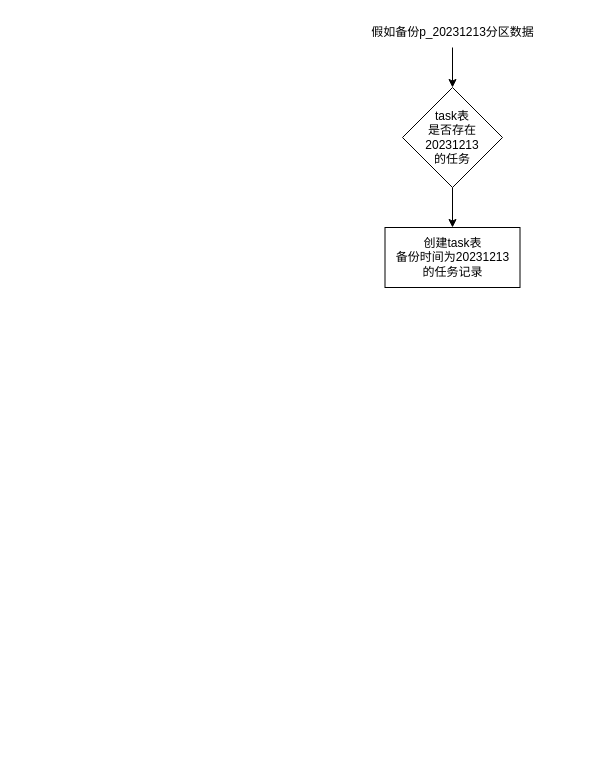
milanyangbo/embedded-tidb keeps this draw.io diagram as src/main/resources/work.drawio. Above is the earlier version. Source tidied: cells renumbered, new cells numbered last; positions are measured from the earlier drawing's top-left corner, leaving out a move shared by most shapes. Both pictures are drawn from the tidied source at 100%, with x=0, y=0 at pixel (357, 17).
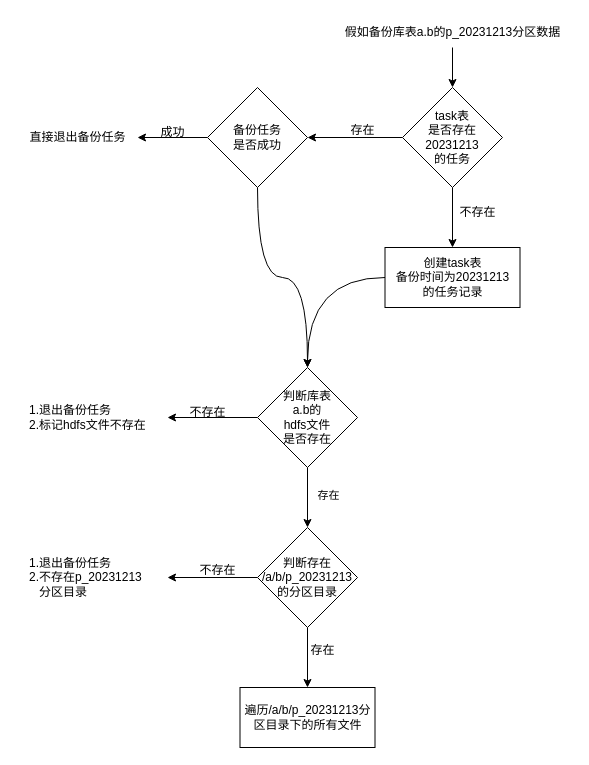
After the change.

The change refers to these unchanged cells:
```xml
<mxCell id="5" value="task表&lt;br&gt;是否存在20231213&lt;br&gt;的任务" style="rhombus;whiteSpace=wrap;html=1;" parent="1" vertex="1">
  <mxGeometry x="45" y="70" width="100" height="100" as="geometry" />
</mxCell>
```

What changed in the source:
```diff
@@
-    <mxCell id="3" value="假如备份p_20231213分区数据" style="text;html=1;align=center;verticalAlign=middle;points=[];strokeColor=none;fillColor=none;" parent="1" vertex="1">
-      <mxGeometry width="190" height="30" as="geometry" />
+    <mxCell id="3" value="假如备份库表a.b的p_20231213分区数据" style="text;html=1;align=center;verticalAlign=middle;points=[];strokeColor=none;fillColor=none;" parent="1" vertex="1">
+      <mxGeometry x="-25" width="240" height="30" as="geometry" />
     </mxCell>
@@
+    <mxCell id="7" style="edgeStyle=orthogonalEdgeStyle;rounded=0;jettySize=auto;html=1;entryX=1;entryY=0.5;entryDx=0;entryDy=0;" parent="1" edge="1" source="5" target="12">
+      <mxGeometry relative="1" as="geometry" />
+    </mxCell>
@@
+    <mxCell id="8" style="edgeStyle=orthogonalEdgeStyle;rounded=0;jettySize=auto;html=1;entryX=0.5;entryY=0;entryDx=0;entryDy=0;curved=1;" parent="1" edge="1" source="6" target="19">
+      <mxGeometry relative="1" as="geometry" />
+    </mxCell>
     <mxCell id="6" value="创建task表&lt;br&gt;备份时间为20231213&lt;br&gt;的任务记录" style="rounded=0;whiteSpace=wrap;html=1;" parent="1" vertex="1">
-      <mxGeometry x="27.5" y="210" width="135" height="60" as="geometry" />
+      <mxGeometry x="27.5" y="230" width="135" height="60" as="geometry" />
     </mxCell>
+    <mxCell id="9" value="不存在" style="text;html=1;align=center;verticalAlign=middle;strokeColor=none;fillColor=none;" parent="1" vertex="1">
+      <mxGeometry x="90" y="180" width="60" height="30" as="geometry" />
+    </mxCell>
+    <mxCell id="10" style="edgeStyle=orthogonalEdgeStyle;rounded=0;jettySize=auto;html=1;" parent="1" edge="1" source="12" target="13">
+      <mxGeometry relative="1" as="geometry" />
+    </mxCell>
+    <mxCell id="11" style="edgeStyle=orthogonalEdgeStyle;rounded=0;jettySize=auto;html=1;entryX=0.5;entryY=0;entryDx=0;entryDy=0;curved=1;" parent="1" edge="1" source="12" target="19">
+      <mxGeometry relative="1" as="geometry" />
+    </mxCell>
+    <mxCell id="12" value="备份任务&lt;br&gt;是否成功" style="rhombus;whiteSpace=wrap;html=1;" parent="1" vertex="1">
+      <mxGeometry x="-150" y="70" width="100" height="100" as="geometry" />
+    </mxCell>
+    <mxCell id="13" value="直接退出备份任务" style="text;html=1;align=center;verticalAlign=middle;points=[];strokeColor=none;fillColor=none;" parent="1" vertex="1">
+      <mxGeometry x="-340" y="105" width="120" height="30" as="geometry" />
+    </mxCell>
+    <mxCell id="14" value="成功" style="text;html=1;align=center;verticalAlign=middle;strokeColor=none;fillColor=none;" parent="1" vertex="1">
+      <mxGeometry x="-210" y="100" width="50" height="30" as="geometry" />
+    </mxCell>
+    <mxCell id="15" value="存在" style="text;html=1;align=center;verticalAlign=middle;strokeColor=none;fillColor=none;" parent="1" vertex="1">
+      <mxGeometry x="-20" y="98" width="50" height="30" as="geometry" />
+    </mxCell>
+    <mxCell id="16" style="edgeStyle=orthogonalEdgeStyle;rounded=0;jettySize=auto;html=1;" parent="1" edge="1" source="19" target="20">
+      <mxGeometry relative="1" as="geometry" />
+    </mxCell>
+    <mxCell id="17" style="edgeStyle=orthogonalEdgeStyle;rounded=0;jettySize=auto;html=1;" parent="1" edge="1" source="19" target="24">
+      <mxGeometry relative="1" as="geometry" />
+    </mxCell>
+    <mxCell id="18" value="存在" style="edgeLabel;html=1;align=center;verticalAlign=middle;" parent="17" vertex="1">
+      <mxGeometry x="-0.4" y="8" relative="1" as="geometry">
+        <mxPoint x="12" y="9" as="offset" />
+      </mxGeometry>
+    </mxCell>
+    <mxCell id="19" value="判断库表&lt;br&gt;a.b的&lt;br&gt;hdfs文件&lt;br&gt;是否存在" style="rhombus;whiteSpace=wrap;html=1;" parent="1" vertex="1">
+      <mxGeometry x="-100" y="350" width="100" height="100" as="geometry" />
+    </mxCell>
+    <mxCell id="20" value="1.退出备份任务&lt;br&gt;2.标记hdfs文件不存在" style="text;html=1;align=left;verticalAlign=middle;points=[];strokeColor=none;fillColor=none;" parent="1" vertex="1">
+      <mxGeometry x="-330" y="380" width="140" height="40" as="geometry" />
+    </mxCell>
+    <mxCell id="21" value="不存在" style="text;html=1;align=center;verticalAlign=middle;strokeColor=none;fillColor=none;" parent="1" vertex="1">
+      <mxGeometry x="-180" y="380" width="60" height="30" as="geometry" />
+    </mxCell>
+    <mxCell id="22" style="edgeStyle=orthogonalEdgeStyle;rounded=0;jettySize=auto;html=1;" parent="1" edge="1" source="24" target="25">
+      <mxGeometry relative="1" as="geometry" />
+    </mxCell>
+    <mxCell id="23" style="edgeStyle=orthogonalEdgeStyle;rounded=0;jettySize=auto;html=1;" parent="1" edge="1" source="24" target="27">
+      <mxGeometry relative="1" as="geometry" />
+    </mxCell>
+    <mxCell id="24" value="判断存在&lt;br&gt;/a/b/p_20231213&lt;br&gt;的分区目录" style="rhombus;whiteSpace=wrap;html=1;" parent="1" vertex="1">
+      <mxGeometry x="-100" y="510" width="100" height="100" as="geometry" />
+    </mxCell>
+    <mxCell id="25" value="1.退出备份任务&lt;br&gt;2.不存在p_20231213&lt;br&gt;&amp;nbsp; &amp;nbsp;分区目录" style="text;html=1;align=left;verticalAlign=middle;points=[];strokeColor=none;fillColor=none;" parent="1" vertex="1">
+      <mxGeometry x="-330" y="530" width="140" height="60" as="geometry" />
+    </mxCell>
+    <mxCell id="26" value="不存在" style="text;html=1;align=center;verticalAlign=middle;strokeColor=none;fillColor=none;" parent="1" vertex="1">
+      <mxGeometry x="-170" y="538" width="60" height="30" as="geometry" />
+    </mxCell>
+    <mxCell id="27" value="遍历/a/b/p_20231213分区目录下的所有文件" style="rounded=0;whiteSpace=wrap;html=1;" parent="1" vertex="1">
+      <mxGeometry x="-117.5" y="670" width="135" height="60" as="geometry" />
+    </mxCell>
+    <mxCell id="28" value="存在" style="text;html=1;align=center;verticalAlign=middle;strokeColor=none;fillColor=none;" parent="1" vertex="1">
+      <mxGeometry x="-60" y="618" width="50" height="30" as="geometry" />
+    </mxCell>
```
